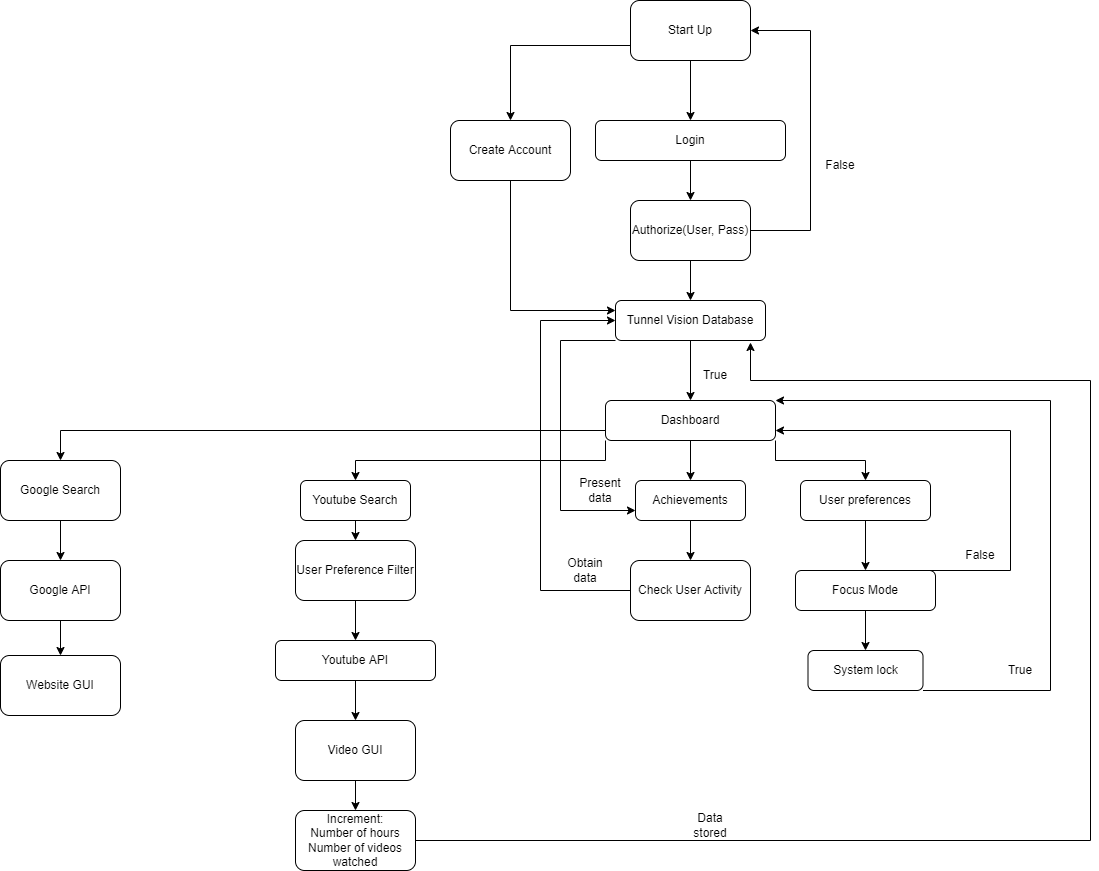
This is Documentation/Design/Design for Tunnel Vision.png from The-MS-LED-Group/Tunnel-Vision-Project, a draw.io export, as it was before one commit. Source tidied: cells renumbered, new cells last; positions are measured from the earlier drawing's top-left corner, leaving out a move shared by most shapes.
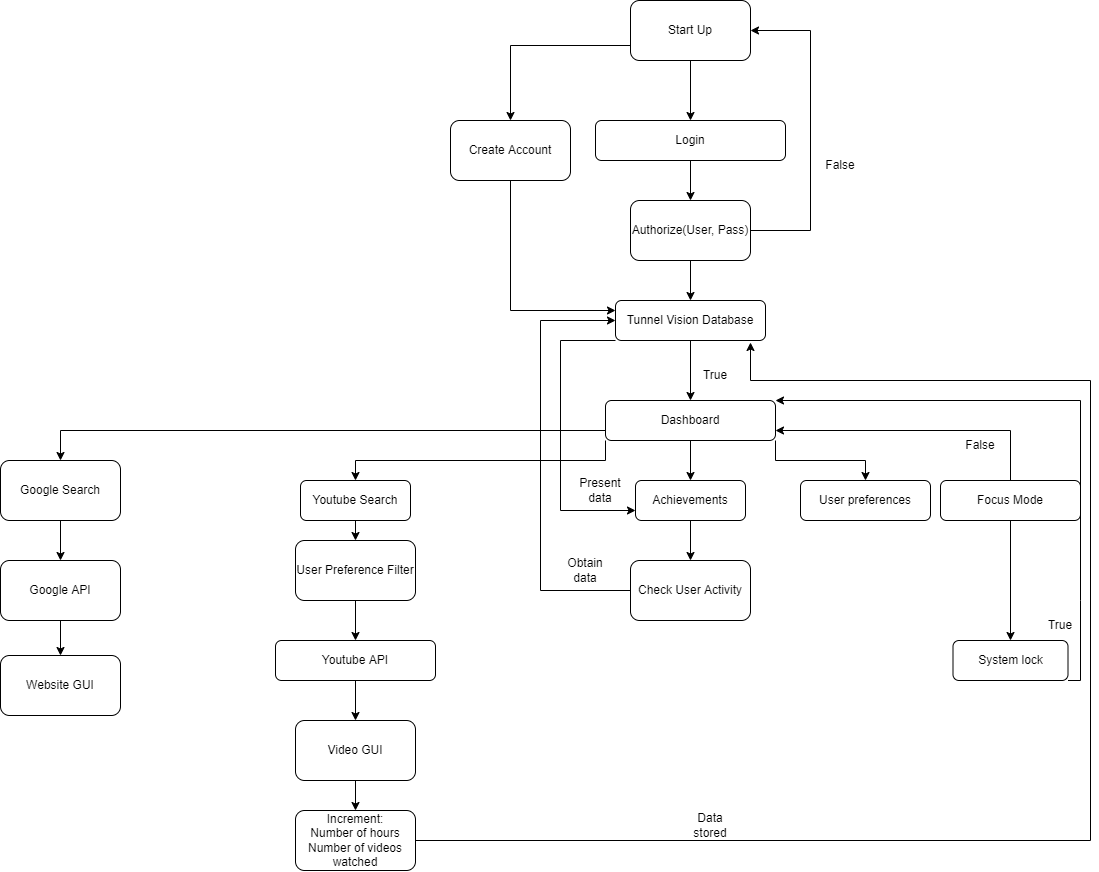
Later version of the same file.

Commit message:
Added the working report for our project, and also fixed a flow issue with the design flow-chart

The edit, as a diff of the source:
```diff
@@ -46,11 +46,8 @@
       <mxGeometry x="605" y="400" width="170" height="40" as="geometry" />
     </mxCell>
     <mxCell id="13" value="System lock" style="rounded=1;whiteSpace=wrap;html=1;" parent="1" vertex="1">
-      <mxGeometry x="807.5" y="650" width="115" height="40" as="geometry" />
+      <mxGeometry x="952.5" y="640" width="115" height="40" as="geometry" />
     </mxCell>
-    <mxCell id="14" style="edgeStyle=orthogonalEdgeStyle;rounded=0;jettySize=auto;html=1;exitX=0.5;exitY=1;exitDx=0;exitDy=0;entryX=0.5;entryY=0;entryDx=0;entryDy=0;" parent="1" edge="1" source="15" target="27">
-      <mxGeometry relative="1" as="geometry" />
-    </mxCell>
     <mxCell id="15" value="User preferences" style="rounded=1;whiteSpace=wrap;html=1;" parent="1" vertex="1">
       <mxGeometry x="800" y="480" width="130" height="40" as="geometry" />
     </mxCell>
@@ -87,8 +84,11 @@
     <mxCell id="26" style="endArrow=classic;html=1;rounded=0;exitX=0.5;exitY=1;exitDx=0;exitDy=0;entryX=0.5;entryY=0;entryDx=0;entryDy=0;" parent="1" edge="1" source="5" target="12">
       <mxGeometry relative="1" as="geometry" />
     </mxCell>
+    <mxCell id="34" style="edgeStyle=orthogonalEdgeStyle;rounded=0;jettySize=auto;html=1;exitX=0.5;exitY=0;exitDx=0;exitDy=0;entryX=1;entryY=0.75;entryDx=0;entryDy=0;" parent="1" edge="1" source="27" target="12">
+      <mxGeometry relative="1" as="geometry" />
+    </mxCell>
     <mxCell id="27" value="Focus Mode" style="rounded=1;whiteSpace=wrap;html=1;" parent="1" vertex="1">
-      <mxGeometry x="795" y="570" width="140" height="40" as="geometry" />
+      <mxGeometry x="940" y="480" width="140" height="40" as="geometry" />
     </mxCell>
     <mxCell id="28" style="endArrow=classic;html=1;rounded=0;exitX=0.5;exitY=1;exitDx=0;exitDy=0;entryX=0.5;entryY=0;entryDx=0;entryDy=0;" parent="1" edge="1" source="27" target="13">
       <mxGeometry relative="1" as="geometry" />
@@ -108,24 +108,17 @@
     <mxCell id="33" style="endArrow=classic;html=1;rounded=0;exitX=1;exitY=1;exitDx=0;exitDy=0;entryX=1;entryY=0;entryDx=0;entryDy=0;" parent="1" edge="1" source="13" target="12">
       <mxGeometry relative="1" as="geometry">
         <Array as="points">
-          <mxPoint x="1050" y="690" />
-          <mxPoint x="1050" y="400" />
+          <mxPoint x="1080" y="680" />
+          <mxPoint x="1080" y="600" />
+          <mxPoint x="1080" y="400" />
         </Array>
       </mxGeometry>
     </mxCell>
-    <mxCell id="34" style="endArrow=classic;html=1;rounded=0;exitX=0.75;exitY=0;exitDx=0;exitDy=0;entryX=1;entryY=0.75;entryDx=0;entryDy=0;" parent="1" edge="1" source="27" target="12">
-      <mxGeometry relative="1" as="geometry">
-        <Array as="points">
-          <mxPoint x="1010" y="570" />
-          <mxPoint x="1010" y="430" />
-        </Array>
-      </mxGeometry>
-    </mxCell>
     <mxCell id="35" value="True" style="text;html=1;strokeColor=none;fillColor=none;align=center;verticalAlign=middle;whiteSpace=wrap;rounded=0;" parent="1" vertex="1">
-      <mxGeometry x="990" y="655" width="60" height="30" as="geometry" />
+      <mxGeometry x="1030" y="610" width="60" height="30" as="geometry" />
     </mxCell>
     <mxCell id="36" value="False" style="text;html=1;strokeColor=none;fillColor=none;align=center;verticalAlign=middle;whiteSpace=wrap;rounded=0;" parent="1" vertex="1">
-      <mxGeometry x="950" y="540" width="60" height="30" as="geometry" />
+      <mxGeometry x="950" y="430" width="60" height="30" as="geometry" />
     </mxCell>
     <mxCell id="37" style="edgeStyle=orthogonalEdgeStyle;rounded=0;jettySize=auto;html=1;exitX=0.5;exitY=1;exitDx=0;exitDy=0;entryX=0.5;entryY=0;entryDx=0;entryDy=0;" parent="1" edge="1" source="38" target="45">
       <mxGeometry relative="1" as="geometry" />
```
